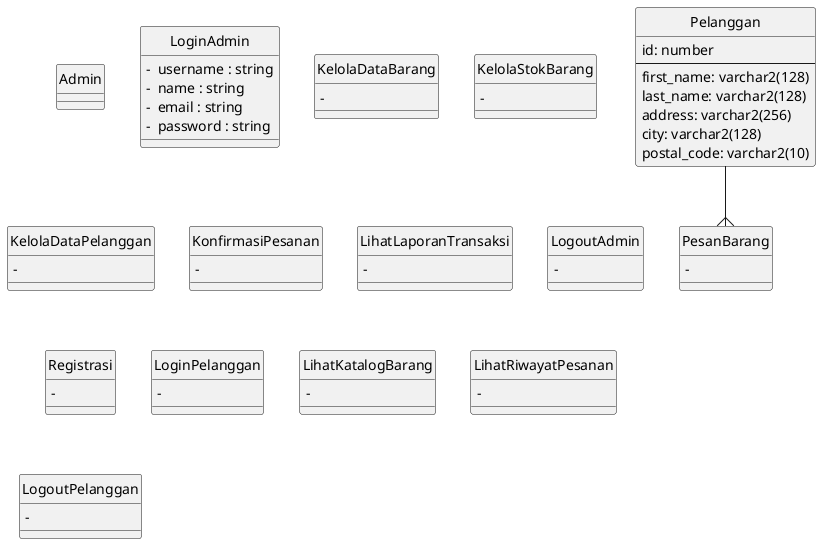
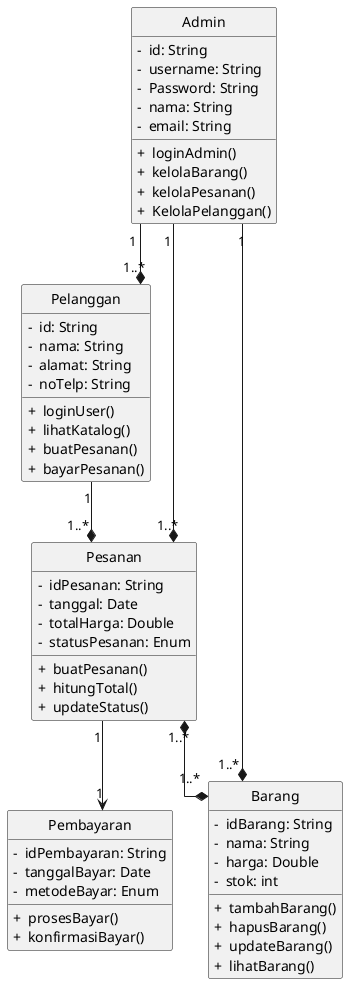
@startuml Class Diagram

hide circle
skinparam classAttributeIconSize 0
skinparam linetype ortho

- entity "Pelanggan" as User {
-     id: number
-     --
-     first_name: varchar2(128)
-     last_name: varchar2(128)
-     address: varchar2(256)
-     city: varchar2(128)
-     postal_code: varchar2(10)
+ class Admin {
+     - id: String
+     - username: String
+     - Password: String
+     - nama: String
+     - email: String
+ 
+     + loginAdmin()
+     + kelolaBarang()
+     + kelolaPesanan()
+     + KelolaPelanggan()
}

- class Admin {
+ class Pelanggan {
+     - id: String
+     - nama: String
+     - alamat: String
+     - noTelp: String

+     + loginUser()
+     + lihatKatalog()
+     + buatPesanan()
+     + bayarPesanan()
}

- class LoginAdmin {
-     - username : string
-     - name : string
-     - email : string
-     - password : string
+ class Barang {
+     - idBarang: String
+     - nama: String
+     - harga: Double
+     - stok: int
+ 
+     + tambahBarang()
+     + hapusBarang()
+     + updateBarang()
+     + lihatBarang()
}

- class KelolaDataBarang {
-     -
+ class Pesanan {
+     - idPesanan: String
+     - tanggal: Date
+     - totalHarga: Double
+     - statusPesanan: Enum
+ 
+     + buatPesanan()
+     + hitungTotal()
+     + updateStatus()
}

- class KelolaStokBarang {
-     -
+ class Pembayaran {
+     - idPembayaran: String
+     - tanggalBayar: Date
+     - metodeBayar: Enum
+ 
+     + prosesBayar()
+     + konfirmasiBayar()
}

- class KelolaDataPelanggan {
-     -
- }
+ Pelanggan "1" --* "1..*" Pesanan

- class KonfirmasiPesanan {
-     -
- }
+ Pesanan "1..*" *--* "1..*" Barang
+ Pesanan "1" --> "1" Pembayaran

- class LihatLaporanTransaksi {
-     -
- }
- 
- class LogoutAdmin {
-     -
- }
- 
- 
- class Registrasi {
-     -
- }
- 
- class LoginPelanggan {
-     -
- }
- 
- class LihatKatalogBarang {
-     -
- }
- 
- class PesanBarang {
-     -
- }
- 
- class LihatRiwayatPesanan {
-     -
- }
- 
- class LogoutPelanggan {
-     -
- }
- 
- User --{ PesanBarang
+ Admin "1" --* "1..*" Barang
+ Admin "1" --* "1..*" Pelanggan
+ Admin "1" --* "1..*" Pesanan

@enduml